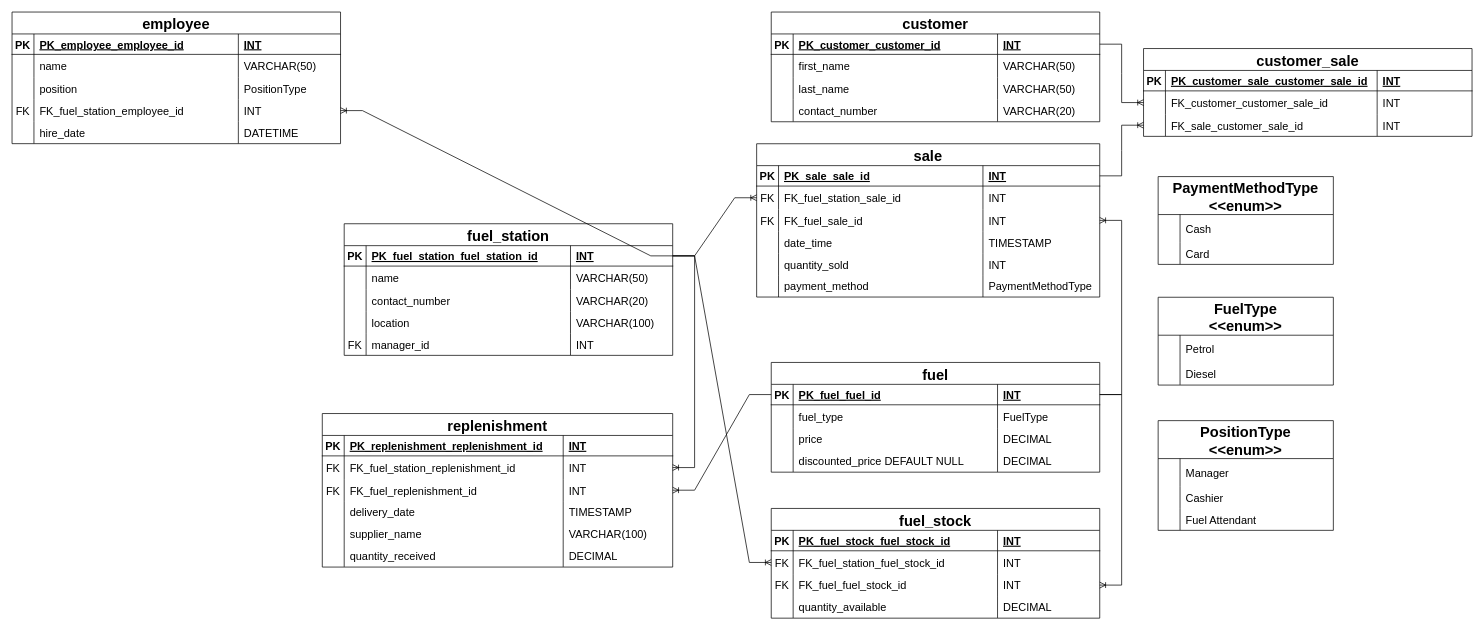
Earlier version of the draw.io diagram Untitled Diagram.drawio (GiorgiEz/DB-modeling). Source tidied: cells renumbered, new cells numbered last; positions are measured from the earlier drawing's top-left corner, leaving out a move shared by most shapes. Both pictures are drawn from the tidied source at 73%, with x=0, y=0 at pixel (12, 12).
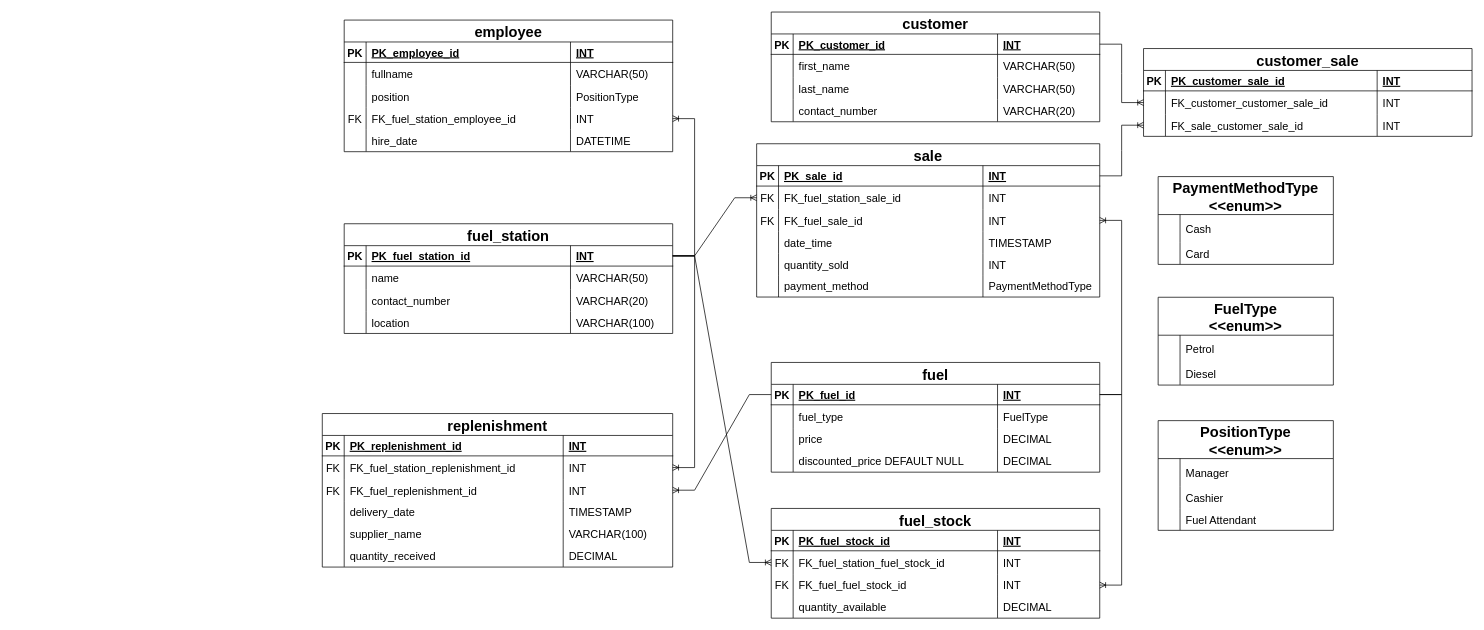
After the change.

Unchanged cells that the change refers to:
```xml
<mxCell id="3" style="shape=partialRectangle;fillColor=none;points=[[0,0.5],[1,0.5]];portConstraint=eastwest;top=0;left=0;right=0;bottom=1;" parent="2" vertex="1">
  <mxGeometry y="30" width="450" height="28" as="geometry" />
</mxCell>
<mxCell id="24" style="shape=partialRectangle;fillColor=none;points=[[0,0.5],[1,0.5]];portConstraint=eastwest;top=0;left=0;right=0;bottom=1;" parent="23" vertex="1">
  <mxGeometry y="30" width="450" height="28" as="geometry" />
</mxCell>
<mxCell id="41" style="shape=partialRectangle;fillColor=none;top=0;left=0;right=0;bottom=1;" parent="40" vertex="1">
  <mxGeometry y="30" width="450" height="28" as="geometry" />
</mxCell>
<mxCell id="60" style="shape=partialRectangle;fillColor=none;points=[[0,0.5],[1,0.5]];portConstraint=eastwest;top=0;left=0;right=0;bottom=1;" parent="59" vertex="1">
  <mxGeometry y="30" width="470" height="28" as="geometry" />
</mxCell>
<mxCell id="87" style="shape=partialRectangle;fillColor=none;top=0;left=0;right=0;bottom=1;" parent="86" vertex="1">
  <mxGeometry y="30" width="480" height="28" as="geometry" />
</mxCell>
<mxCell id="114" style="shape=partialRectangle;fillColor=none;top=0;left=0;right=0;bottom=1;" parent="113" vertex="1">
  <mxGeometry y="30" width="450" height="28" as="geometry" />
</mxCell>
<mxCell id="118" style="shape=partialRectangle;fillColor=none;top=0;left=0;right=0;bottom=0;" parent="113" vertex="1">
  <mxGeometry y="58" width="450" height="32" as="geometry" />
</mxCell>
<mxCell id="135" style="shape=partialRectangle;fillColor=none;points=[[0,0.5],[1,0.5]];portConstraint=eastwest;top=0;left=0;right=0;bottom=1;" parent="134" vertex="1">
  <mxGeometry y="30" width="450" height="28" as="geometry" />
</mxCell>
<mxCell id="152" style="shape=partialRectangle;fillColor=none;top=0;left=0;right=0;bottom=1;" parent="151" vertex="1">
  <mxGeometry y="30" width="450" height="28" as="geometry" />
</mxCell>
```

The edit, as a diff of the source:
```diff
@@
     <mxCell id="2" value="fuel_station" style="shape=table;startSize=30;childLayout=tableLayout;rowLines=0;fontStyle=1;align=center;fillColor=#FFFFFF;strokeColor=#000000;fontSize=20;direction=east;flipH=0;flipV=0;" parent="1" vertex="1">
-      <mxGeometry x="455" y="290" width="450" height="180.3" as="geometry" />
+      <mxGeometry x="455" y="290" width="450" height="150.3" as="geometry" />
     </mxCell>
@@
-    <mxCell id="5" value="PK_fuel_station_fuel_station_id" style="shape=partialRectangle;overflow=hidden;fillColor=none;top=0;left=0;bottom=0;right=0;align=left;spacingLeft=6;fontStyle=5;fontSize=15;" parent="3" vertex="1">
+    <mxCell id="5" value="PK_fuel_station_id" style="shape=partialRectangle;overflow=hidden;fillColor=none;top=0;left=0;bottom=0;right=0;align=left;spacingLeft=6;fontStyle=5;fontSize=15;" parent="3" vertex="1">
       <mxGeometry x="30" width="280" height="28" as="geometry" />
     </mxCell>
@@
-    <mxCell id="19" style="shape=tableRow;horizontal=0;startSize=0;swimlaneHead=0;swimlaneBody=0;fillColor=none;top=0;left=0;right=0;bottom=0;" parent="2" vertex="1">
-      <mxGeometry y="150" width="450" height="30" as="geometry" />
-    </mxCell>
-    <mxCell id="20" value="FK" style="shape=partialRectangle;fillColor=none;top=0;left=0;bottom=0;right=0;overflow=hidden;fontSize=15;" parent="19" vertex="1">
-      <mxGeometry width="30" height="30" as="geometry" />
-    </mxCell>
-    <mxCell id="21" value="manager_id" style="shape=partialRectangle;fillColor=none;top=0;left=0;bottom=0;right=0;align=left;spacingLeft=6;overflow=hidden;fontSize=15;" parent="19" vertex="1">
-      <mxGeometry x="30" width="280" height="30" as="geometry" />
-    </mxCell>
-    <mxCell id="22" value="INT" style="shape=partialRectangle;fillColor=none;top=0;left=0;bottom=0;right=0;align=left;spacingLeft=6;overflow=hidden;fontSize=15;" parent="19" vertex="1">
-      <mxGeometry x="310" width="140" height="30" as="geometry" />
-    </mxCell>
@@
-    <mxCell id="26" value="PK_fuel_fuel_id" style="shape=partialRectangle;overflow=hidden;fillColor=none;top=0;left=0;bottom=0;right=0;align=left;spacingLeft=6;fontStyle=5;fontSize=15;" parent="24" vertex="1">
+    <mxCell id="26" value="PK_fuel_id" style="shape=partialRectangle;overflow=hidden;fillColor=none;top=0;left=0;bottom=0;right=0;align=left;spacingLeft=6;fontStyle=5;fontSize=15;" parent="24" vertex="1">
       <mxGeometry x="30" width="280" height="28" as="geometry" />
     </mxCell>
@@
-    <mxCell id="43" value="PK_fuel_stock_fuel_stock_id" style="shape=partialRectangle;overflow=hidden;fillColor=none;top=0;left=0;bottom=0;right=0;align=left;spacingLeft=6;fontStyle=5;fontSize=15;" parent="41" vertex="1">
+    <mxCell id="43" value="PK_fuel_stock_id" style="shape=partialRectangle;overflow=hidden;fillColor=none;top=0;left=0;bottom=0;right=0;align=left;spacingLeft=6;fontStyle=5;fontSize=15;" parent="41" vertex="1">
       <mxGeometry x="30" width="280" height="28" as="geometry" />
     </mxCell>
@@
-    <mxCell id="62" value="PK_sale_sale_id" style="shape=partialRectangle;overflow=hidden;fillColor=none;top=0;left=0;bottom=0;right=0;align=left;spacingLeft=6;fontStyle=5;fontSize=15;" parent="60" vertex="1">
+    <mxCell id="62" value="PK_sale_id" style="shape=partialRectangle;overflow=hidden;fillColor=none;top=0;left=0;bottom=0;right=0;align=left;spacingLeft=6;fontStyle=5;fontSize=15;" parent="60" vertex="1">
       <mxGeometry x="30" width="280" height="28" as="geometry" />
     </mxCell>
@@
-    <mxCell id="89" value="PK_replenishment_replenishment_id" style="shape=partialRectangle;overflow=hidden;fillColor=none;top=0;left=0;bottom=0;right=0;align=left;spacingLeft=6;fontStyle=5;fontSize=15;" parent="87" vertex="1">
+    <mxCell id="89" value="PK_replenishment_id" style="shape=partialRectangle;overflow=hidden;fillColor=none;top=0;left=0;bottom=0;right=0;align=left;spacingLeft=6;fontStyle=5;fontSize=15;" parent="87" vertex="1">
       <mxGeometry x="30" width="300" height="28" as="geometry" />
     </mxCell>
@@
     <mxCell id="113" value="employee" style="shape=table;startSize=30;childLayout=tableLayout;rowLines=0;fontStyle=1;align=center;fillColor=#FFFFFF;strokeColor=#000000;fontSize=20;direction=east;flipH=0;flipV=0;" parent="1" vertex="1">
-      <mxGeometry width="450" height="180.3" as="geometry" />
+      <mxGeometry x="455" y="11" width="450" height="180.3" as="geometry" />
     </mxCell>
@@
-    <mxCell id="116" value="PK_employee_employee_id" style="shape=partialRectangle;overflow=hidden;fillColor=none;top=0;left=0;bottom=0;right=0;align=left;spacingLeft=6;fontStyle=5;fontSize=15;" parent="114" vertex="1">
+    <mxCell id="116" value="PK_employee_id" style="shape=partialRectangle;overflow=hidden;fillColor=none;top=0;left=0;bottom=0;right=0;align=left;spacingLeft=6;fontStyle=5;fontSize=15;" parent="114" vertex="1">
       <mxGeometry x="30" width="280" height="28" as="geometry" />
     </mxCell>
@@
-    <mxCell id="120" value="name" style="shape=partialRectangle;overflow=hidden;fillColor=none;top=0;left=0;bottom=0;right=0;align=left;spacingLeft=6;fontColor=#000000;labelBackgroundColor=none;fontSize=15;" parent="118" vertex="1">
+    <mxCell id="120" value="fullname" style="shape=partialRectangle;overflow=hidden;fillColor=none;top=0;left=0;bottom=0;right=0;align=left;spacingLeft=6;fontColor=#000000;labelBackgroundColor=none;fontSize=15;" parent="118" vertex="1">
       <mxGeometry x="30" width="280" height="32" as="geometry" />
     </mxCell>
@@
-    <mxCell id="137" value="PK_customer_customer_id" style="shape=partialRectangle;overflow=hidden;fillColor=none;top=0;left=0;bottom=0;right=0;align=left;spacingLeft=6;fontStyle=5;fontSize=15;" parent="135" vertex="1">
+    <mxCell id="137" value="PK_customer_id" style="shape=partialRectangle;overflow=hidden;fillColor=none;top=0;left=0;bottom=0;right=0;align=left;spacingLeft=6;fontStyle=5;fontSize=15;" parent="135" vertex="1">
       <mxGeometry x="30" width="280" height="28" as="geometry" />
     </mxCell>
@@
-    <mxCell id="154" value="PK_customer_sale_customer_sale_id" style="shape=partialRectangle;overflow=hidden;fillColor=none;top=0;left=0;bottom=0;right=0;align=left;spacingLeft=6;fontStyle=5;fontSize=15;" parent="152" vertex="1">
+    <mxCell id="154" value="PK_customer_sale_id" style="shape=partialRectangle;overflow=hidden;fillColor=none;top=0;left=0;bottom=0;right=0;align=left;spacingLeft=6;fontStyle=5;fontSize=15;" parent="152" vertex="1">
       <mxGeometry x="30" width="290" height="28" as="geometry" />
     </mxCell>
```
